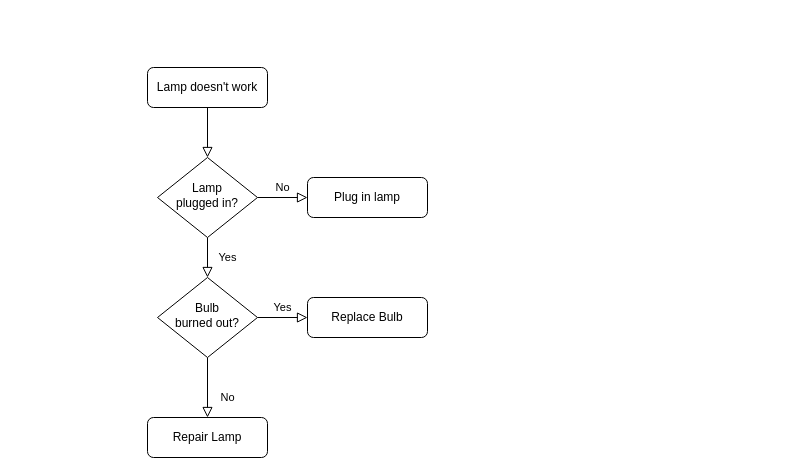
Earlier version of the draw.io diagram flowchart.drawio (demetriusvissarion/EBag). Source tidied: cells renumbered, new cells numbered last; positions are measured from the earlier drawing's top-left corner, leaving out a move shared by most shapes. Both pictures are drawn from the tidied source at 100%, with x=0, y=0 at pixel (147, 67).
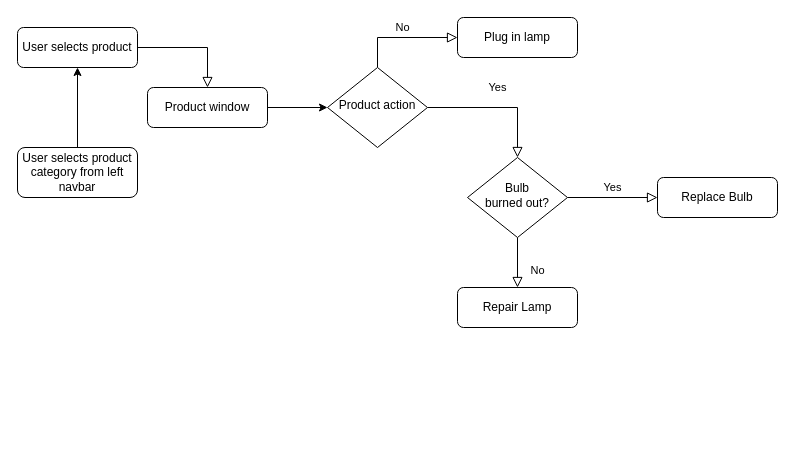
After the change.

What changed in the source:
```diff
@@
 <mxGraphModel>
   <root>
     <mxCell id="0" />
     <mxCell id="1" parent="0" />
-    <mxCell id="2" style="rounded=0;html=1;jettySize=auto;fontSize=11;endArrow=block;endFill=0;endSize=8;strokeWidth=1;shadow=0;labelBackgroundColor=none;edgeStyle=orthogonalEdgeStyle;" parent="1" edge="1" source="3" target="6">
+    <mxCell id="2" style="rounded=0;html=1;jettySize=auto;fontSize=11;endArrow=block;endFill=0;endSize=8;strokeWidth=1;shadow=0;labelBackgroundColor=none;edgeStyle=orthogonalEdgeStyle;entryX=0.5;entryY=0;entryDx=0;entryDy=0;" parent="1" edge="1" source="3" target="16">
       <mxGeometry relative="1" as="geometry" />
     </mxCell>
-    <mxCell id="3" value="Lamp doesn't work" style="rounded=1;whiteSpace=wrap;html=1;fontSize=12;glass=0;strokeWidth=1;shadow=0;" parent="1" vertex="1">
-      <mxGeometry width="120" height="40" as="geometry" />
+    <mxCell id="3" value="User selects product" style="rounded=1;whiteSpace=wrap;html=1;fontSize=12;glass=0;strokeWidth=1;shadow=0;" parent="1" vertex="1">
+      <mxGeometry x="-130" y="-40" width="120" height="40" as="geometry" />
     </mxCell>
     <mxCell id="4" value="Yes" style="rounded=0;html=1;jettySize=auto;fontSize=11;endArrow=block;endFill=0;endSize=8;strokeWidth=1;shadow=0;labelBackgroundColor=none;edgeStyle=orthogonalEdgeStyle;" parent="1" edge="1" source="6" target="10">
       <mxGeometry y="20" relative="1" as="geometry" />
     </mxCell>
-    <mxCell id="5" value="No" style="edgeStyle=orthogonalEdgeStyle;rounded=0;html=1;jettySize=auto;fontSize=11;endArrow=block;endFill=0;endSize=8;strokeWidth=1;shadow=0;labelBackgroundColor=none;" parent="1" edge="1" source="6" target="7">
+    <mxCell id="5" value="No" style="edgeStyle=orthogonalEdgeStyle;rounded=0;html=1;jettySize=auto;fontSize=11;endArrow=block;endFill=0;endSize=8;strokeWidth=1;shadow=0;labelBackgroundColor=none;exitX=0.5;exitY=0;exitDx=0;exitDy=0;entryX=0;entryY=0.5;entryDx=0;entryDy=0;" parent="1" edge="1" source="6" target="7">
       <mxGeometry y="10" relative="1" as="geometry" />
     </mxCell>
-    <mxCell id="6" value="Lamp&lt;br&gt;plugged in?" style="rhombus;whiteSpace=wrap;html=1;shadow=0;fontFamily=Helvetica;fontSize=12;align=center;strokeWidth=1;spacing=6;spacingTop=-4;" parent="1" vertex="1">
-      <mxGeometry x="10" y="90" width="100" height="80" as="geometry" />
+    <mxCell id="6" value="Product action" style="rhombus;whiteSpace=wrap;html=1;shadow=0;fontFamily=Helvetica;fontSize=12;align=center;strokeWidth=1;spacing=6;spacingTop=-4;" parent="1" vertex="1">
+      <mxGeometry x="180" width="100" height="80" as="geometry" />
     </mxCell>
     <mxCell id="7" value="Plug in lamp" style="rounded=1;whiteSpace=wrap;html=1;fontSize=12;glass=0;strokeWidth=1;shadow=0;" parent="1" vertex="1">
-      <mxGeometry x="160" y="110" width="120" height="40" as="geometry" />
+      <mxGeometry x="310" y="-50" width="120" height="40" as="geometry" />
     </mxCell>
     <mxCell id="8" value="No" style="rounded=0;html=1;jettySize=auto;fontSize=11;endArrow=block;endFill=0;endSize=8;strokeWidth=1;shadow=0;labelBackgroundColor=none;edgeStyle=orthogonalEdgeStyle;" parent="1" edge="1" source="10" target="11">
       <mxGeometry x="0.33" y="20" relative="1" as="geometry" />
     </mxCell>
     <mxCell id="9" value="Yes" style="edgeStyle=orthogonalEdgeStyle;rounded=0;html=1;jettySize=auto;fontSize=11;endArrow=block;endFill=0;endSize=8;strokeWidth=1;shadow=0;labelBackgroundColor=none;" parent="1" edge="1" source="10" target="12">
       <mxGeometry y="10" relative="1" as="geometry" />
     </mxCell>
     <mxCell id="10" value="Bulb&lt;br&gt;burned out?" style="rhombus;whiteSpace=wrap;html=1;shadow=0;fontFamily=Helvetica;fontSize=12;align=center;strokeWidth=1;spacing=6;spacingTop=-4;" parent="1" vertex="1">
-      <mxGeometry x="10" y="210" width="100" height="80" as="geometry" />
+      <mxGeometry x="320" y="90" width="100" height="80" as="geometry" />
     </mxCell>
     <mxCell id="11" value="Repair Lamp" style="rounded=1;whiteSpace=wrap;html=1;fontSize=12;glass=0;strokeWidth=1;shadow=0;" parent="1" vertex="1">
-      <mxGeometry y="350" width="120" height="40" as="geometry" />
+      <mxGeometry x="310" y="220" width="120" height="40" as="geometry" />
     </mxCell>
     <mxCell id="12" value="Replace Bulb" style="rounded=1;whiteSpace=wrap;html=1;fontSize=12;glass=0;strokeWidth=1;shadow=0;" parent="1" vertex="1">
-      <mxGeometry x="160" y="230" width="120" height="40" as="geometry" />
+      <mxGeometry x="510" y="110" width="120" height="40" as="geometry" />
     </mxCell>
+    <mxCell id="13" style="edgeStyle=orthogonalEdgeStyle;rounded=0;jettySize=auto;html=1;exitX=0.5;exitY=0;exitDx=0;exitDy=0;entryX=0.5;entryY=1;entryDx=0;entryDy=0;" parent="1" edge="1" source="14" target="3">
+      <mxGeometry relative="1" as="geometry" />
+    </mxCell>
+    <mxCell id="14" value="User selects product category from left navbar" style="rounded=1;whiteSpace=wrap;html=1;fontSize=12;glass=0;strokeWidth=1;shadow=0;" parent="1" vertex="1">
+      <mxGeometry x="-130" y="80" width="120" height="50" as="geometry" />
+    </mxCell>
+    <mxCell id="15" style="edgeStyle=orthogonalEdgeStyle;rounded=0;jettySize=auto;html=1;" parent="1" edge="1" source="16" target="6">
+      <mxGeometry relative="1" as="geometry" />
+    </mxCell>
+    <mxCell id="16" value="Product window" style="rounded=1;whiteSpace=wrap;html=1;fontSize=12;glass=0;strokeWidth=1;shadow=0;" parent="1" vertex="1">
+      <mxGeometry y="20" width="120" height="40" as="geometry" />
+    </mxCell>
   </root>
 </mxGraphModel>
```
